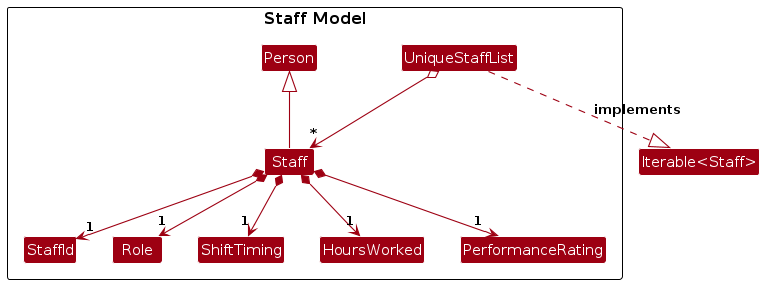
Earlier version of the PlantUML export diagrams/StaffModelClassDiagram.png (loyaltypollution/tp). Its source is kept beside it as diagrams/StaffModelClassDiagram.puml.
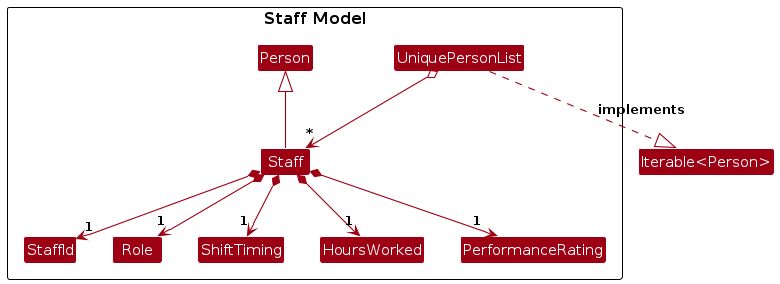
The same diagram one commit later.

What changed in the source:
```diff
@@ -77,21 +77,22 @@
         + toString(): String
     }
 
-    class UniqueStaffList {
-        - internalList: ObservableList<Staff>
-        - internalUnmodifiableList: ObservableList<Staff>
-        + contains(Staff): boolean
-        + add(Staff): void
-        + setStaff(Staff, Staff): void
-        + remove(Staff): void
-        + setStaffs(List<Staff>): void
-        + setStaffs(UniqueStaffList): void
-        + asUnmodifiableObservableList(): ObservableList<Staff>
-        + iterator(): Iterator<Staff>
+    class UniquePersonList {
+        - internalList: ObservableList<Person>
+        - internalUnmodifiableList: ObservableList<Person>
+        + contains(Person): boolean
+        + add(Person): void
+        + setPerson(Person, Person): void
+        + remove(Person): void
+        + setPersons(List<Person>): void
+        + setPersons(UniquePersonList): void
+        + asUnmodifiableObservableList(): ObservableList<Person>
+        + getFilteredList<T extends Person>(Class<T>): FilteredList<T>
+        + iterator(): Iterator<Person>
         + equals(Object): boolean
         + hashCode(): int
         + toString(): String
-        - staffsAreUnique(List<Staff>): boolean
+        - personsAreUnique(List<Person>): boolean
     }
 }
 
@@ -102,7 +103,7 @@
 Staff *--> "1" HoursWorked
 Staff *--> "1" PerformanceRating
 
-UniqueStaffList o--> "*" Staff
-UniqueStaffList ..|> "Iterable<Staff>" : implements
+UniquePersonList o--> "*" Staff
+UniquePersonList ..|> "Iterable<Person>" : implements
 
 @enduml
```
